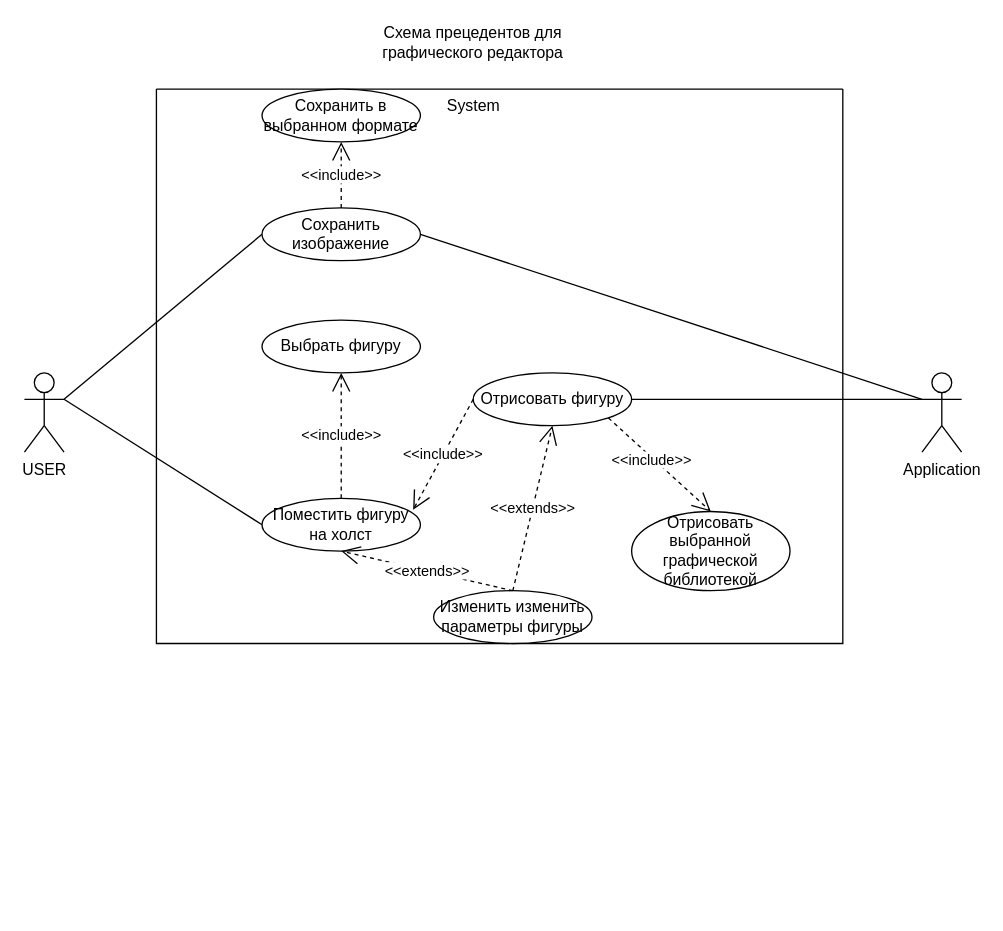
Earlier version of the draw.io diagram Диаграмма без названия.drawio (MstislavRomanovski/ProgramIngeneering). Source tidied: cells renumbered, new cells numbered last; positions are measured from the earlier drawing's top-left corner, leaving out a move shared by most shapes. Both pictures are drawn from the tidied source at 132%, with x=0, y=0 at pixel (24, 22).
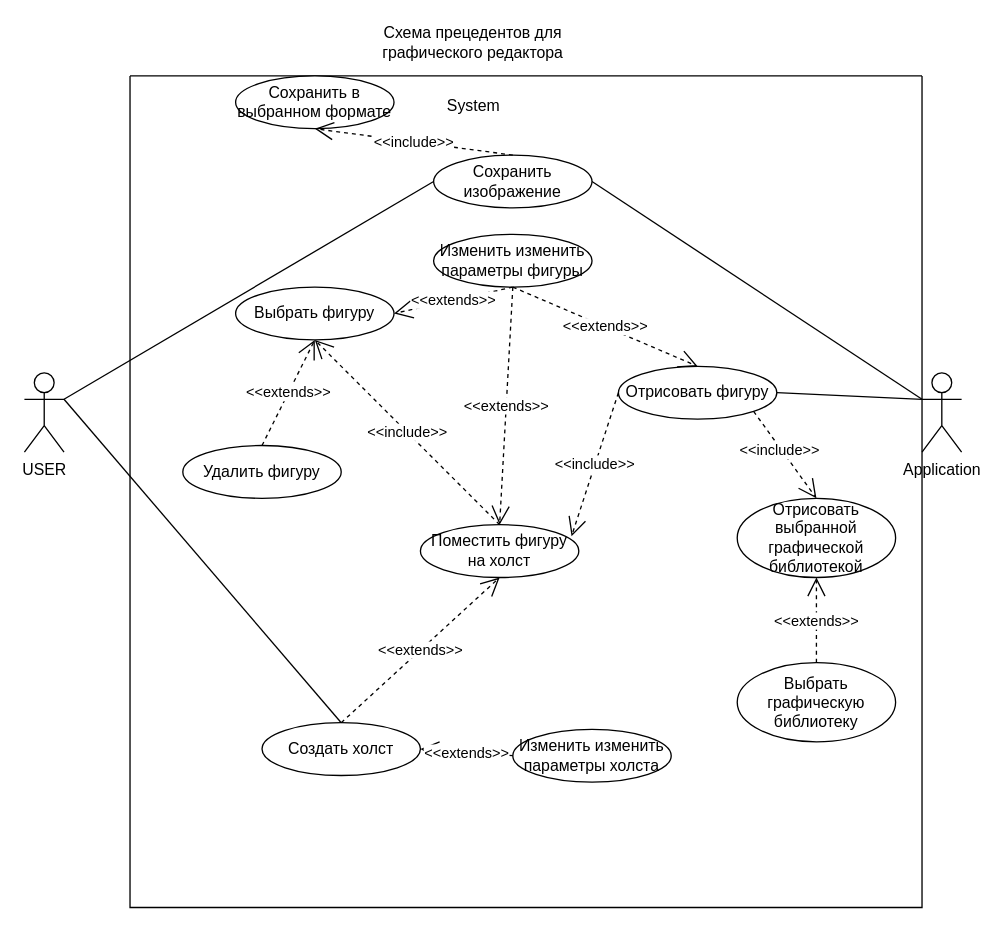
The same diagram, later.

Unchanged cells that the change refers to:
```xml
<mxCell id="2" value="USER" style="shape=umlActor;verticalLabelPosition=bottom;verticalAlign=top;html=1;" parent="1" vertex="1">
  <mxGeometry y="265" width="30" height="60" as="geometry" />
</mxCell>
```

What changed in the source:
```diff
@@
-    <mxCell id="3" style="endArrow=none;html=1;rounded=0;exitX=1;exitY=0.3333333333333333;exitDx=0;exitDy=0;exitPerimeter=0;entryX=0;entryY=0.5;entryDx=0;entryDy=0;" parent="1" edge="1" source="2" target="18">
+    <mxCell id="3" style="endArrow=none;html=1;rounded=0;exitX=1;exitY=0.3333333333333333;exitDx=0;exitDy=0;exitPerimeter=0;entryX=0.5;entryY=0;entryDx=0;entryDy=0;" parent="1" edge="1" source="2" target="25">
       <mxGeometry relative="1" as="geometry" />
     </mxCell>
@@
     <mxCell id="7" style="swimlane;startSize=0;" parent="1" vertex="1">
-      <mxGeometry x="100" y="50" width="520" height="420" as="geometry" />
+      <mxGeometry x="80" y="40" width="600" height="630" as="geometry" />
     </mxCell>
     <mxCell id="8" value="Отрисовать фигуру" style="ellipse;whiteSpace=wrap;html=1;" parent="7" vertex="1">
-      <mxGeometry x="240" y="215" width="120" height="40" as="geometry" />
+      <mxGeometry x="370" y="220" width="120" height="40" as="geometry" />
     </mxCell>
     <mxCell id="9" value="Изменить изменить параметры фигуры" style="ellipse;whiteSpace=wrap;html=1;" parent="7" vertex="1">
-      <mxGeometry x="210" y="380" width="120" height="40" as="geometry" />
+      <mxGeometry x="230" y="120" width="120" height="40" as="geometry" />
     </mxCell>
-    <mxCell id="10" value="&amp;lt;&amp;lt;extends&amp;gt;&amp;gt;" style="endArrow=open;endSize=12;dashed=1;html=1;rounded=0;entryX=0.5;entryY=1;entryDx=0;entryDy=0;exitX=0.5;exitY=0;exitDx=0;exitDy=0;" parent="7" edge="1" source="9" target="8">
+    <mxCell id="10" value="&amp;lt;&amp;lt;extends&amp;gt;&amp;gt;" style="endArrow=open;endSize=12;dashed=1;html=1;rounded=0;entryX=0.5;entryY=0;entryDx=0;entryDy=0;exitX=0.5;exitY=1;exitDx=0;exitDy=0;" parent="7" edge="1" source="9" target="8">
       <mxGeometry relative="1" as="geometry" />
     </mxCell>
@@
     <mxCell id="12" value="Отрисовать выбранной графической библиотекой" style="ellipse;whiteSpace=wrap;html=1;" parent="7" vertex="1">
-      <mxGeometry x="360" y="320" width="120" height="60" as="geometry" />
+      <mxGeometry x="460" y="320" width="120" height="60" as="geometry" />
     </mxCell>
@@
     <mxCell id="15" value="Сохранить изображение" style="ellipse;whiteSpace=wrap;html=1;" parent="7" vertex="1">
-      <mxGeometry x="80" y="90" width="120" height="40" as="geometry" />
+      <mxGeometry x="230" y="60" width="120" height="40" as="geometry" />
     </mxCell>
@@
     <mxCell id="17" value="Выбрать фигуру" style="ellipse;whiteSpace=wrap;html=1;" parent="7" vertex="1">
-      <mxGeometry x="80" y="175" width="120" height="40" as="geometry" />
+      <mxGeometry x="80" y="160" width="120" height="40" as="geometry" />
     </mxCell>
     <mxCell id="18" value="Поместить фигуру на холст" style="ellipse;whiteSpace=wrap;html=1;" parent="7" vertex="1">
-      <mxGeometry x="80" y="310" width="120" height="40" as="geometry" />
+      <mxGeometry x="220" y="340" width="120" height="40" as="geometry" />
     </mxCell>
@@
-    <mxCell id="20" value="&amp;lt;&amp;lt;extends&amp;gt;&amp;gt;" style="endArrow=open;endSize=12;dashed=1;html=1;rounded=0;entryX=0.5;entryY=1;entryDx=0;entryDy=0;exitX=0.5;exitY=0;exitDx=0;exitDy=0;" parent="7" edge="1" source="9" target="18">
+    <mxCell id="20" value="&amp;lt;&amp;lt;extends&amp;gt;&amp;gt;" style="endArrow=open;endSize=12;dashed=1;html=1;rounded=0;entryX=1;entryY=0.5;entryDx=0;entryDy=0;exitX=0.5;exitY=1;exitDx=0;exitDy=0;" parent="7" edge="1" source="9" target="17">
       <mxGeometry relative="1" as="geometry" />
     </mxCell>
@@
+    <mxCell id="25" value="Создать холст&lt;br&gt;" style="ellipse;whiteSpace=wrap;html=1;" parent="7" vertex="1">
+      <mxGeometry x="100" y="490" width="120" height="40" as="geometry" />
+    </mxCell>
+    <mxCell id="26" value="Изменить изменить параметры холста" style="ellipse;whiteSpace=wrap;html=1;" parent="7" vertex="1">
+      <mxGeometry x="290" y="495" width="120" height="40" as="geometry" />
+    </mxCell>
+    <mxCell id="27" value="&amp;lt;&amp;lt;extends&amp;gt;&amp;gt;" style="endArrow=open;endSize=12;dashed=1;html=1;rounded=0;entryX=1;entryY=0.5;entryDx=0;entryDy=0;exitX=0;exitY=0.5;exitDx=0;exitDy=0;" parent="7" edge="1" source="26" target="25">
+      <mxGeometry relative="1" as="geometry" />
+    </mxCell>
+    <mxCell id="28" value="&amp;lt;&amp;lt;extends&amp;gt;&amp;gt;" style="endArrow=open;endSize=12;dashed=1;html=1;rounded=0;entryX=0.5;entryY=1;entryDx=0;entryDy=0;exitX=0.5;exitY=0;exitDx=0;exitDy=0;" parent="7" edge="1" source="25" target="18">
+      <mxGeometry relative="1" as="geometry" />
+    </mxCell>
+    <mxCell id="29" value="Выбрать графическую библиотеку" style="ellipse;whiteSpace=wrap;html=1;" parent="7" vertex="1">
+      <mxGeometry x="460" y="444.5" width="120" height="60" as="geometry" />
+    </mxCell>
+    <mxCell id="30" value="&amp;lt;&amp;lt;extends&amp;gt;&amp;gt;" style="endArrow=open;endSize=12;dashed=1;html=1;rounded=0;entryX=0.5;entryY=1;entryDx=0;entryDy=0;exitX=0.5;exitY=0;exitDx=0;exitDy=0;" parent="7" edge="1" source="29" target="12">
+      <mxGeometry relative="1" as="geometry" />
+    </mxCell>
+    <mxCell id="31" value="&amp;lt;&amp;lt;extends&amp;gt;&amp;gt;" style="endArrow=open;endSize=12;dashed=1;html=1;rounded=0;entryX=0.5;entryY=0;entryDx=0;entryDy=0;exitX=0.5;exitY=1;exitDx=0;exitDy=0;" parent="7" edge="1" source="9" target="18">
+      <mxGeometry relative="1" as="geometry" />
+    </mxCell>
+    <mxCell id="32" value="Удалить фигуру" style="ellipse;whiteSpace=wrap;html=1;" parent="7" vertex="1">
+      <mxGeometry x="40" y="280" width="120" height="40" as="geometry" />
+    </mxCell>
+    <mxCell id="33" value="&amp;lt;&amp;lt;extends&amp;gt;&amp;gt;" style="endArrow=open;endSize=12;dashed=1;html=1;rounded=0;entryX=0.5;entryY=1;entryDx=0;entryDy=0;exitX=0.5;exitY=0;exitDx=0;exitDy=0;" parent="7" edge="1" source="32" target="17">
+      <mxGeometry relative="1" as="geometry" />
+    </mxCell>
```
